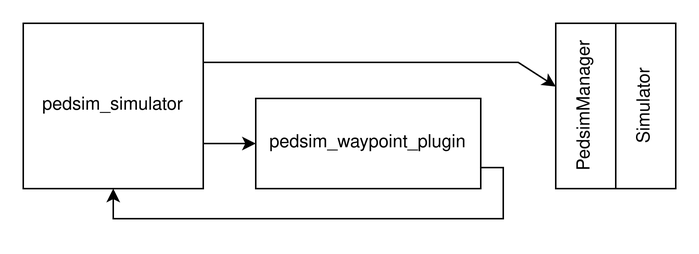
This is docs/packages/pedsim_waypoint_plugin/architecture.png from Arena-Rosnav/.github, a draw.io export, as it was before one commit. Source tidied: cells renumbered, new cells last; positions are measured from the earlier drawing's top-left corner, leaving out a move shared by most shapes.
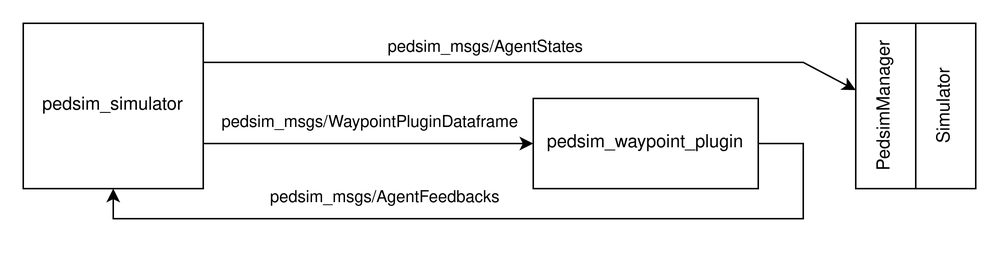
Later version of the same file.

Change to the diagram source:
```diff
@@ -10,33 +10,48 @@
         </Array>
       </mxGeometry>
     </mxCell>
+    <mxCell id="9" value="pedsim_msgs/WaypointPluginDataframe" style="edgeLabel;html=1;align=center;verticalAlign=middle;" parent="2" vertex="1">
+      <mxGeometry x="-0.36" relative="1" as="geometry">
+        <mxPoint x="40" y="-14" as="offset" />
+      </mxGeometry>
+    </mxCell>
     <mxCell id="3" style="rounded=0;jettySize=auto;html=1;edgeStyle=orthogonalEdgeStyle;" parent="1" edge="1" source="4" target="8">
       <mxGeometry relative="1" as="geometry">
         <Array as="points">
-          <mxPoint x="330" y="26" />
+          <mxPoint x="520" y="26" />
         </Array>
       </mxGeometry>
     </mxCell>
+    <mxCell id="10" value="pedsim_msgs/AgentStates" style="edgeLabel;html=1;align=center;verticalAlign=middle;" parent="3" vertex="1">
+      <mxGeometry x="-0.13" y="-3" relative="1" as="geometry">
+        <mxPoint x="-3" y="-13" as="offset" />
+      </mxGeometry>
+    </mxCell>
     <mxCell id="4" value="pedsim_simulator" style="rounded=0;whiteSpace=wrap;html=1;" parent="1" vertex="1">
       <mxGeometry width="120" height="110" as="geometry" />
     </mxCell>
     <mxCell id="5" value="Simulator" style="rounded=0;whiteSpace=wrap;html=1;direction=west;rotation=270;" parent="1" vertex="1">
-      <mxGeometry x="360" y="35" width="110" height="40" as="geometry" />
+      <mxGeometry x="560" y="35" width="110" height="40" as="geometry" />
     </mxCell>
     <mxCell id="6" style="edgeStyle=orthogonalEdgeStyle;rounded=0;jettySize=auto;html=1;entryX=0.5;entryY=1;entryDx=0;entryDy=0;" parent="1" edge="1" source="7" target="4">
       <mxGeometry relative="1" as="geometry">
         <Array as="points">
-          <mxPoint x="320" y="96" />
-          <mxPoint x="320" y="130" />
+          <mxPoint x="520" y="80" />
+          <mxPoint x="520" y="130" />
           <mxPoint x="60" y="130" />
         </Array>
       </mxGeometry>
     </mxCell>
+    <mxCell id="11" value="pedsim_msgs/AgentFeedbacks" style="edgeLabel;html=1;align=center;verticalAlign=middle;" parent="6" vertex="1">
+      <mxGeometry x="0.25" y="-1" relative="1" as="geometry">
+        <mxPoint x="-10" y="-13" as="offset" />
+      </mxGeometry>
+    </mxCell>
     <mxCell id="7" value="pedsim_waypoint_plugin" style="rounded=0;whiteSpace=wrap;html=1;" parent="1" vertex="1">
-      <mxGeometry x="155" y="50" width="150" height="60" as="geometry" />
+      <mxGeometry x="340" y="50" width="150" height="60" as="geometry" />
     </mxCell>
     <mxCell id="8" value="PedsimManager" style="rounded=0;whiteSpace=wrap;html=1;direction=west;rotation=270;" parent="1" vertex="1">
-      <mxGeometry x="320" y="35" width="110" height="40" as="geometry" />
+      <mxGeometry x="520" y="35" width="110" height="40" as="geometry" />
     </mxCell>
   </root>
 </mxGraphModel>
```
